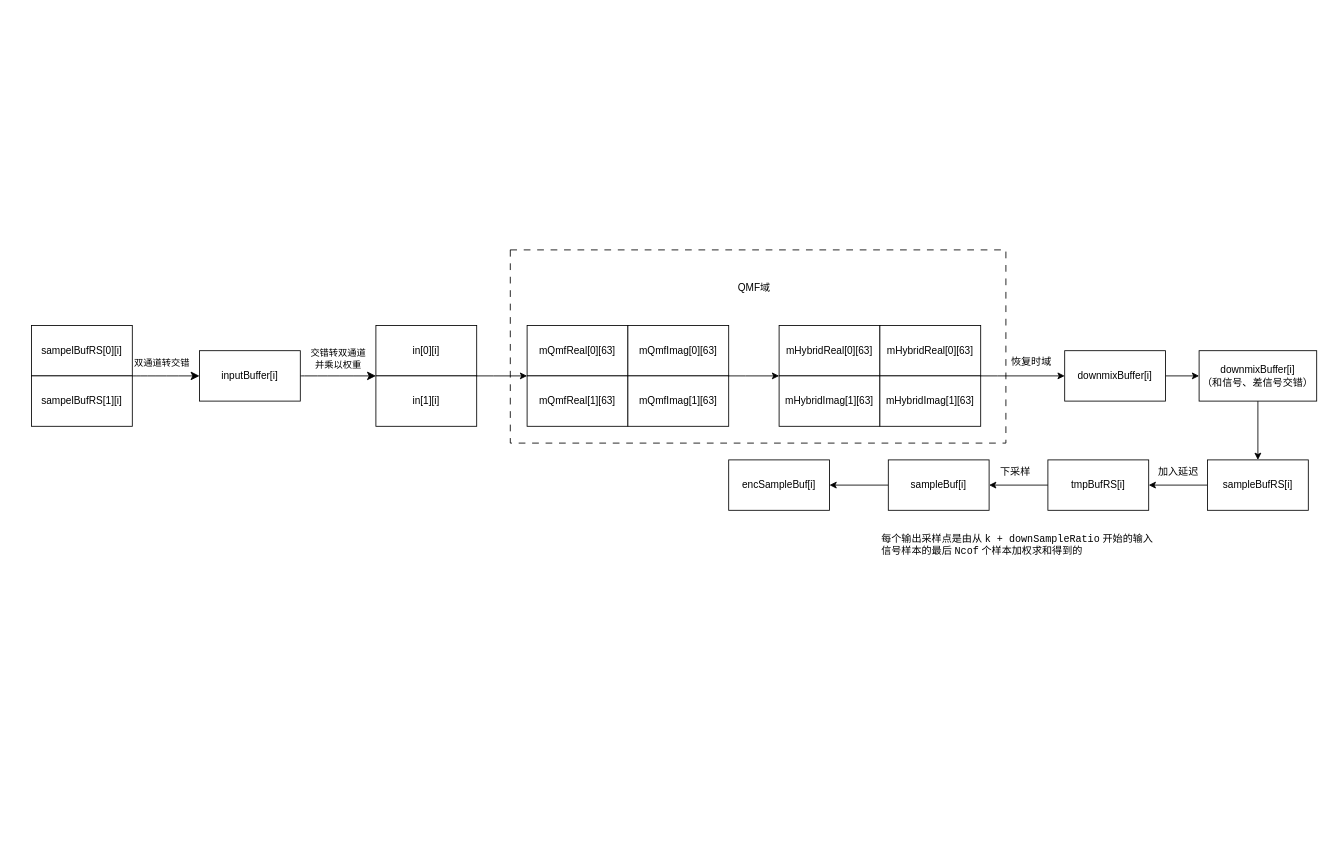
The draw.io diagram Mps212.drawio in xdzqyyds/draw.io, before the edit. Source tidied: cells renumbered, new cells numbered last; positions are measured from the earlier drawing's top-left corner, leaving out a move shared by most shapes. Both pictures are drawn from the tidied source at 84%, with x=0, y=0 at pixel (31, 249).
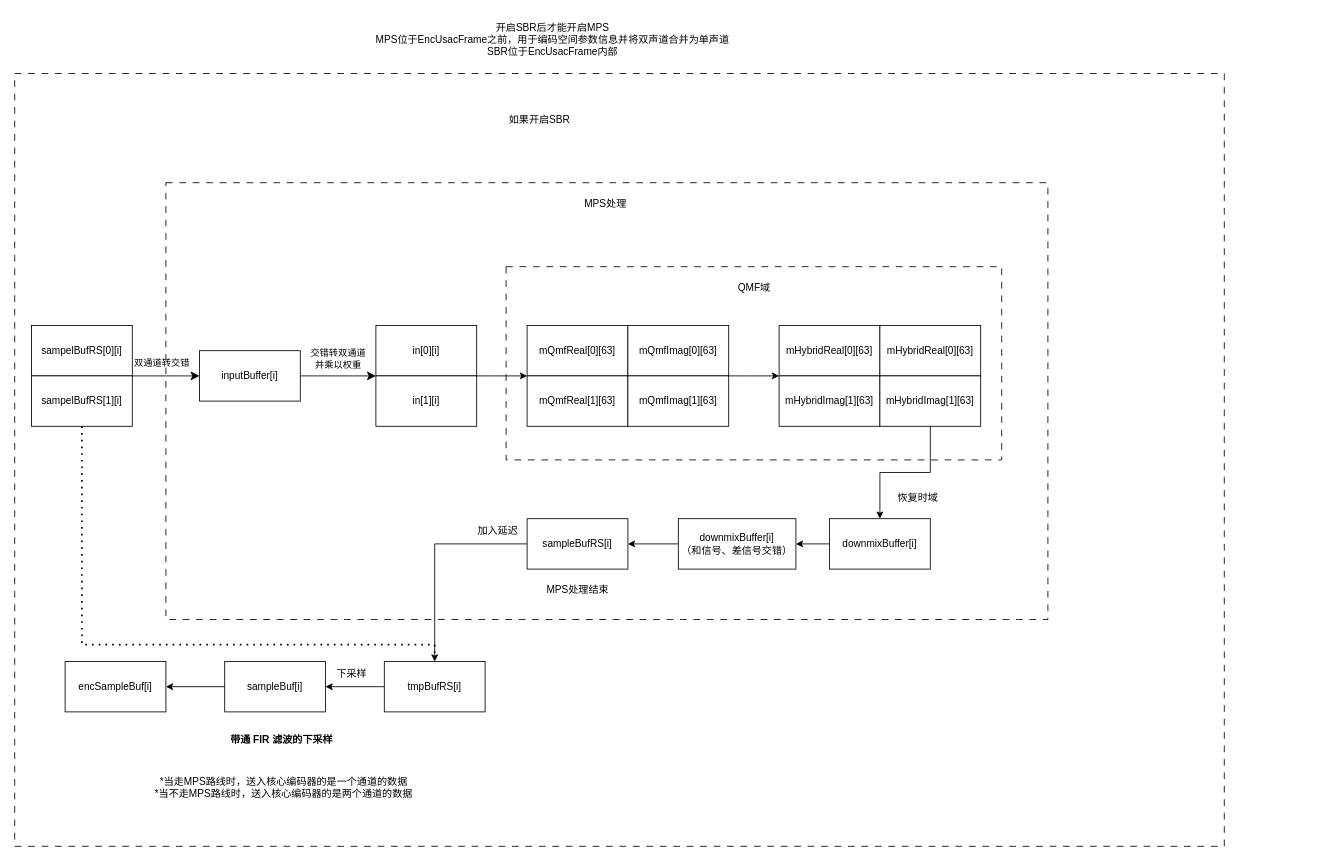
The same page after the edit.

Unchanged cells that the change refers to:
```xml
<mxCell id="4" value="sampelBufRS[1][i]" style="rounded=0;whiteSpace=wrap;html=1;" parent="2" vertex="1">
  <mxGeometry y="60" width="120" height="60" as="geometry" />
</mxCell>
<mxCell id="22" value="mHybridReal[0][63]" style="rounded=0;whiteSpace=wrap;html=1;" parent="19" vertex="1">
  <mxGeometry x="120" width="120" height="60" as="geometry" />
</mxCell>
<mxCell id="23" value="mHybridImag[1][63]" style="rounded=0;whiteSpace=wrap;html=1;" parent="19" vertex="1">
  <mxGeometry x="120" y="60" width="120" height="60" as="geometry" />
</mxCell>
```

What changed in the source:
```diff
@@
+    <mxCell id="43" parent="0" />
+    <mxCell id="44" style="whiteSpace=wrap;html=1;fillColor=none;dashed=1;dashPattern=8 8;" parent="43" vertex="1">
+      <mxGeometry x="-20" y="-210" width="1440" height="920" as="geometry" />
+    </mxCell>
+    <mxCell id="45" style="whiteSpace=wrap;html=1;fillColor=none;dashed=1;dashPattern=8 8;" parent="43" vertex="1">
+      <mxGeometry x="160" y="-80" width="1050" height="520" as="geometry" />
+    </mxCell>
@@
-    <mxCell id="26" style="edgeStyle=orthogonalEdgeStyle;rounded=0;jettySize=auto;html=1;" parent="1" edge="1" source="27">
-      <mxGeometry relative="1" as="geometry">
-        <mxPoint x="1390" y="150" as="targetPoint" />
-        <Array as="points">
-          <mxPoint x="1350" y="150" />
-          <mxPoint x="1350" y="150" />
-        </Array>
-      </mxGeometry>
-    </mxCell>
+    <mxCell id="46" style="edgeStyle=orthogonalEdgeStyle;rounded=0;jettySize=auto;html=1;" parent="1" edge="1" source="27" target="36">
+      <mxGeometry relative="1" as="geometry" />
+    </mxCell>
     <mxCell id="27" value="downmixBuffer[i]" style="whiteSpace=wrap;html=1;rounded=0;" parent="1" vertex="1">
-      <mxGeometry x="1230" y="120" width="120" height="60" as="geometry" />
+      <mxGeometry x="950" y="320" width="120" height="60" as="geometry" />
     </mxCell>
-    <mxCell id="28" style="whiteSpace=wrap;html=1;fillColor=none;dashed=1;dashPattern=8 8;" parent="1" vertex="1">
-      <mxGeometry x="570" width="590" height="230" as="geometry" />
-    </mxCell>
-    <mxCell id="29" style="edgeStyle=orthogonalEdgeStyle;rounded=0;jettySize=auto;html=1;" parent="1" edge="1" source="22" target="27">
-      <mxGeometry relative="1" as="geometry">
-        <Array as="points">
-          <mxPoint x="1150" y="150" />
-          <mxPoint x="1150" y="150" />
-        </Array>
-      </mxGeometry>
-    </mxCell>
@@
     <mxCell id="31" value="sampleBufRS[i]" style="whiteSpace=wrap;html=1;rounded=0;" parent="1" vertex="1">
-      <mxGeometry x="1400" y="250" width="120" height="60" as="geometry" />
+      <mxGeometry x="590" y="320" width="120" height="60" as="geometry" />
     </mxCell>
-    <mxCell id="32" style="edgeStyle=orthogonalEdgeStyle;rounded=0;jettySize=auto;html=1;exitX=0.5;exitY=1;exitDx=0;exitDy=0;" parent="1" edge="1" source="36" target="31">
-      <mxGeometry relative="1" as="geometry" />
-    </mxCell>
@@
     <mxCell id="34" value="tmpBufRS[i]" style="whiteSpace=wrap;html=1;rounded=0;" parent="1" vertex="1">
-      <mxGeometry x="1210" y="250" width="120" height="60" as="geometry" />
+      <mxGeometry x="420" y="490" width="120" height="60" as="geometry" />
     </mxCell>
     <mxCell id="35" value="加入延迟" style="text;html=1;align=center;verticalAlign=middle;strokeColor=none;fillColor=none;" parent="1" vertex="1">
-      <mxGeometry x="1330" y="250" width="70" height="30" as="geometry" />
+      <mxGeometry x="520" y="320" width="70" height="30" as="geometry" />
     </mxCell>
+    <mxCell id="32" style="edgeStyle=orthogonalEdgeStyle;rounded=0;jettySize=auto;html=1;" parent="1" edge="1" source="36" target="31">
+      <mxGeometry relative="1" as="geometry" />
+    </mxCell>
     <mxCell id="36" value="downmixBuffer[i]&lt;div&gt;（和信号、差信号交错）&lt;/div&gt;" style="whiteSpace=wrap;html=1;rounded=0;" parent="1" vertex="1">
-      <mxGeometry x="1390" y="120" width="140" height="60" as="geometry" />
+      <mxGeometry x="770" y="320" width="140" height="60" as="geometry" />
     </mxCell>
@@
     <mxCell id="38" value="sampleBuf[i]" style="whiteSpace=wrap;html=1;rounded=0;" parent="1" vertex="1">
-      <mxGeometry x="1020" y="250" width="120" height="60" as="geometry" />
+      <mxGeometry x="230" y="490" width="120" height="60" as="geometry" />
     </mxCell>
     <mxCell id="39" value="下采样" style="text;html=1;align=center;verticalAlign=middle;strokeColor=none;fillColor=none;" parent="1" vertex="1">
-      <mxGeometry x="1140.5" y="250" width="60" height="30" as="geometry" />
+      <mxGeometry x="350.5" y="490" width="60" height="30" as="geometry" />
     </mxCell>
     <mxCell id="40" value="恢复时域" style="text;html=1;align=center;verticalAlign=middle;strokeColor=none;fillColor=none;" parent="1" vertex="1">
-      <mxGeometry x="1155" y="118" width="70" height="30" as="geometry" />
+      <mxGeometry x="1020" y="280" width="70" height="30" as="geometry" />
     </mxCell>
     <mxCell id="41" value="encSampleBuf[i]" style="whiteSpace=wrap;html=1;rounded=0;" parent="1" vertex="1">
-      <mxGeometry x="830" y="250" width="120" height="60" as="geometry" />
+      <mxGeometry x="40" y="490" width="120" height="60" as="geometry" />
     </mxCell>
-    <mxCell id="42" value="每个输出采样点是由从 &lt;code&gt;k + downSampleRatio&lt;/code&gt; 开始的输入信号样本的最后 &lt;code&gt;Ncof&lt;/code&gt; 个样本加权求和得到的" style="text;whiteSpace=wrap;html=1;" parent="1" vertex="1">
-      <mxGeometry x="1010" y="330" width="330" height="40" as="geometry" />
+    <mxCell id="42" value="&lt;strong&gt;带通 FIR 滤波的下采样&lt;/strong&gt;" style="text;whiteSpace=wrap;html=1;" parent="1" vertex="1">
+      <mxGeometry x="235" y="570" width="130" height="30" as="geometry" />
     </mxCell>
+    <mxCell id="47" value="MPS处理结束" style="text;html=1;align=center;verticalAlign=middle;strokeColor=none;fillColor=none;" parent="1" vertex="1">
+      <mxGeometry x="600" y="390" width="100" height="30" as="geometry" />
+    </mxCell>
+    <mxCell id="48" style="edgeStyle=orthogonalEdgeStyle;rounded=0;jettySize=auto;html=1;" parent="1" edge="1" source="23" target="27">
+      <mxGeometry relative="1" as="geometry" />
+    </mxCell>
+    <mxCell id="49" value="MPS处理" style="text;html=1;align=center;verticalAlign=middle;strokeColor=none;fillColor=none;" parent="1" vertex="1">
+      <mxGeometry x="647.5" y="-70" width="70" height="30" as="geometry" />
+    </mxCell>
+    <mxCell id="50" style="endArrow=none;dashed=1;html=1;dashPattern=1 3;strokeWidth=2;rounded=0;exitX=0.5;exitY=1;exitDx=0;exitDy=0;entryX=0.5;entryY=0;entryDx=0;entryDy=0;" parent="1" edge="1" source="4" target="34">
+      <mxGeometry relative="1" as="geometry">
+        <Array as="points">
+          <mxPoint x="60" y="470" />
+          <mxPoint x="250" y="470" />
+          <mxPoint x="480" y="470" />
+        </Array>
+      </mxGeometry>
+    </mxCell>
+    <mxCell id="51" value="*当走MPS路线时，送入核心编码器的是一个通道的数据&lt;div&gt;*当不走MPS路线时，送入核心编码器的是两个通道的数据&lt;/div&gt;" style="text;html=1;align=center;verticalAlign=middle;strokeColor=none;fillColor=none;" parent="1" vertex="1">
+      <mxGeometry x="135" y="620" width="330" height="40" as="geometry" />
+    </mxCell>
+    <mxCell id="52" value="&lt;div&gt;开启SBR后才能开启MPS&lt;/div&gt;MPS位于EncUsacFrame之前，用于编码空间参数信息并将双声道合并为单声道&lt;div&gt;SBR位于&lt;span style=&quot;background-color: transparent; color: light-dark(rgb(0, 0, 0), rgb(255, 255, 255));&quot;&gt;EncUsacFrame内部&lt;/span&gt;&lt;/div&gt;" style="text;html=1;align=center;verticalAlign=middle;strokeColor=none;fillColor=none;" parent="1" vertex="1">
+      <mxGeometry x="400" y="-280" width="440" height="60" as="geometry" />
+    </mxCell>
+    <mxCell id="28" style="whiteSpace=wrap;html=1;fillColor=none;dashed=1;dashPattern=8 8;" parent="1" vertex="1">
+      <mxGeometry x="565" y="20" width="590" height="230" as="geometry" />
+    </mxCell>
+    <mxCell id="53" value="如果开启SBR" style="text;html=1;align=center;verticalAlign=middle;whiteSpace=wrap;rounded=0;" parent="1" vertex="1">
+      <mxGeometry x="540" y="-170" width="130" height="30" as="geometry" />
+    </mxCell>
```
